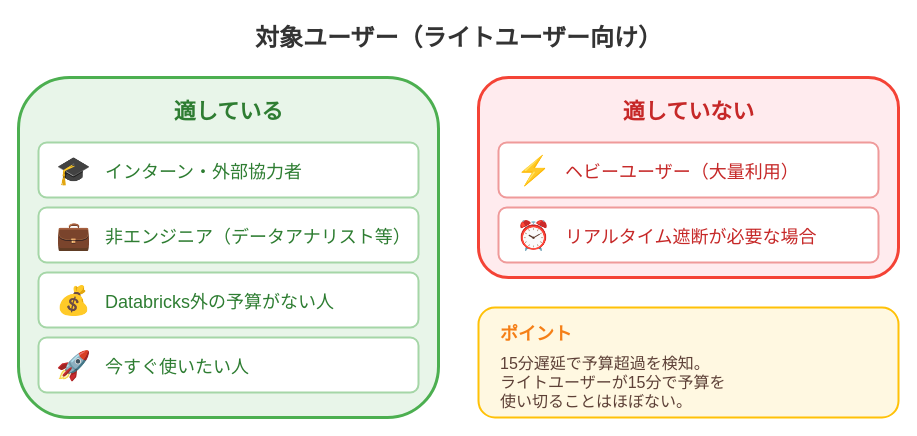
Before: assets/2026-01-27-jedai-ai-gateway/target-users.drawio in i9wa4/i9wa4.github.io, a draw.io diagram. Source tidied: cells renumbered, new cells numbered last; positions are measured from the earlier drawing's top-left corner, leaving out a move shared by most shapes. Both pictures are drawn from the tidied source at 100%, with x=0, y=0 at pixel (18, 17).
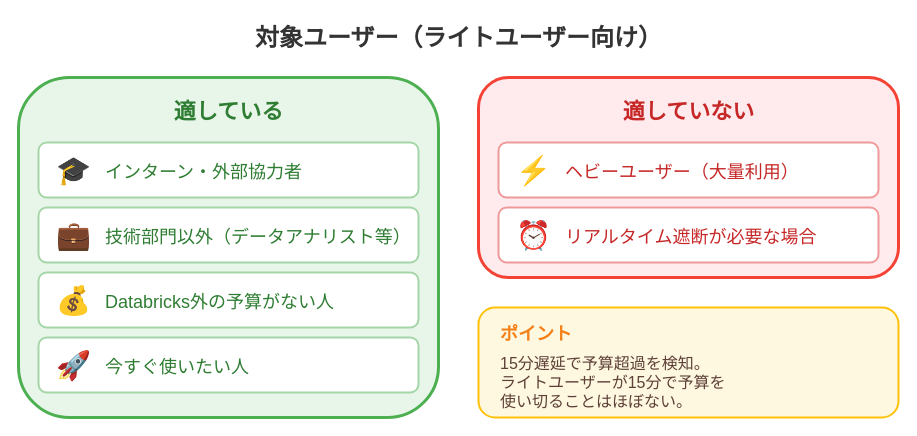
After the change.

What changed in the source:
```diff
@@
-    <mxCell id="10" value="非エンジニア（データアナリスト等）" style="text;html=1;fontSize=18;fontFamily=Noto Sans JP;fontColor=#2E7D32;align=left;verticalAlign=middle;" parent="1" vertex="1">
+    <mxCell id="10" value="技術部門以外（データアナリスト等）" style="text;html=1;fontSize=18;fontFamily=Noto Sans JP;fontColor=#2E7D32;align=left;verticalAlign=middle;" parent="1" vertex="1">
       <mxGeometry x="85" y="200" width="300" height="40" as="geometry" />
     </mxCell>
```
